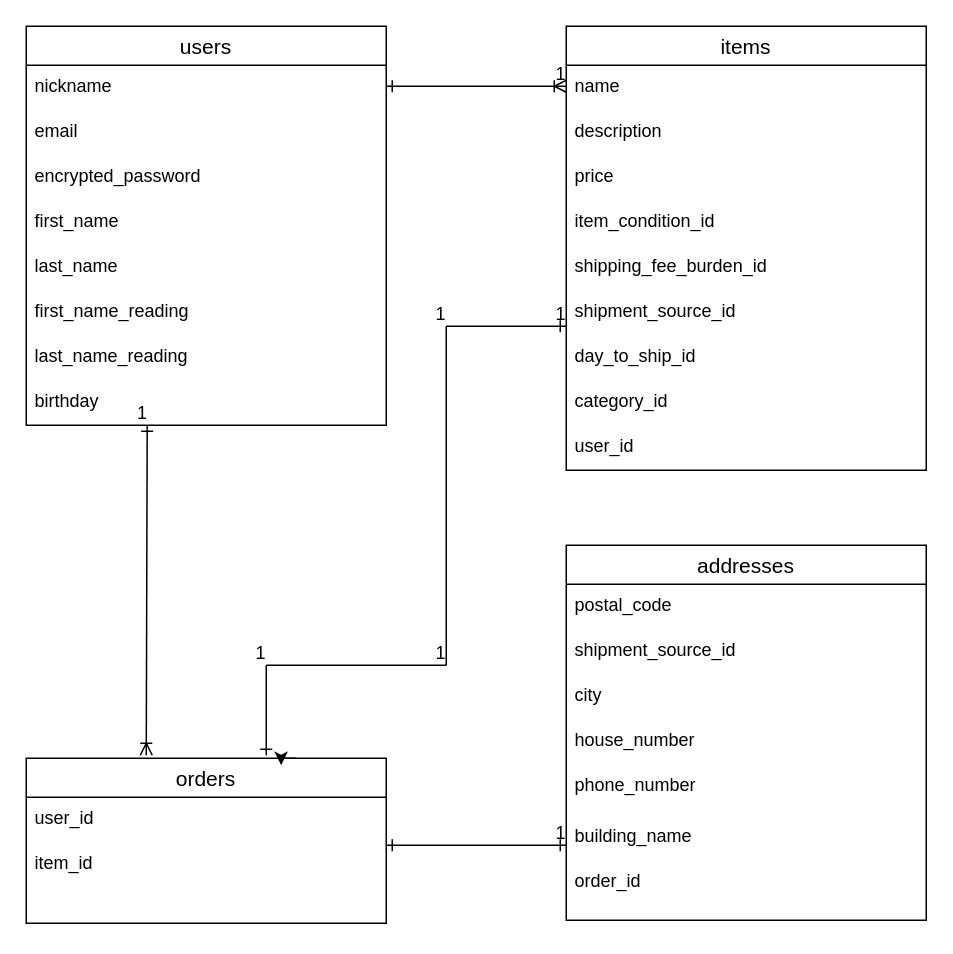
Earlier version of the draw.io diagram furima.dio (hirokazu1209/furima-34850). Source tidied: cells renumbered, new cells numbered last; positions are measured from the earlier drawing's top-left corner, leaving out a move shared by most shapes. Both pictures are drawn from the tidied source at 150%, with x=0, y=0 at pixel (26, 26).
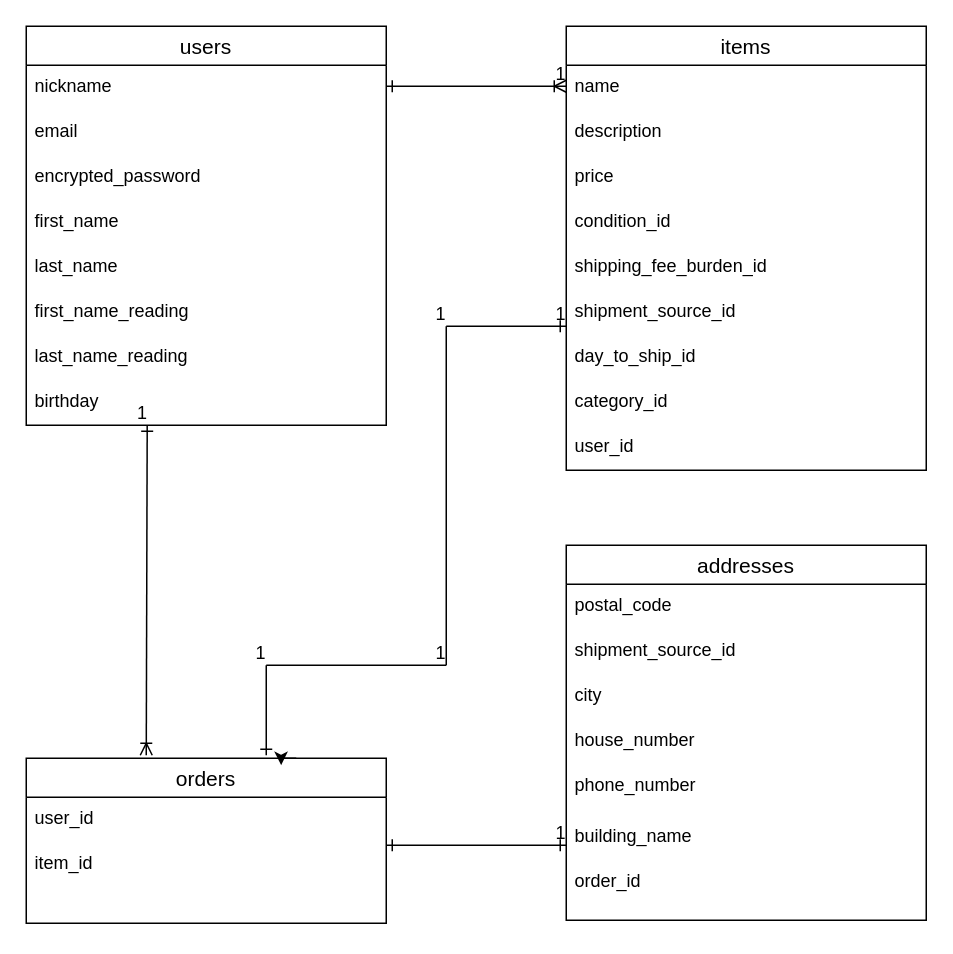
After the change.

Commit message (it also covers changes not shown here):
データベース設計_ご指摘箇所の再々修正

Unchanged cells that the change refers to:
```xml
<mxCell id="6" value="items" style="swimlane;fontStyle=0;horizontal=1;startSize=26;align=center;fontSize=14;" parent="1" vertex="1">
  <mxGeometry x="360" width="240" height="296" as="geometry" />
</mxCell>
```

Diff of the diagram source:
```diff
@@
-    <mxCell id="10" value="item_condition_id" style="text;strokeColor=none;fillColor=none;spacingLeft=4;spacingRight=4;overflow=hidden;fontSize=12;" parent="6" vertex="1">
+    <mxCell id="10" value="condition_id" style="text;strokeColor=none;fillColor=none;spacingLeft=4;spacingRight=4;overflow=hidden;fontSize=12;" parent="6" vertex="1">
       <mxGeometry y="116" width="240" height="30" as="geometry" />
     </mxCell>
```
